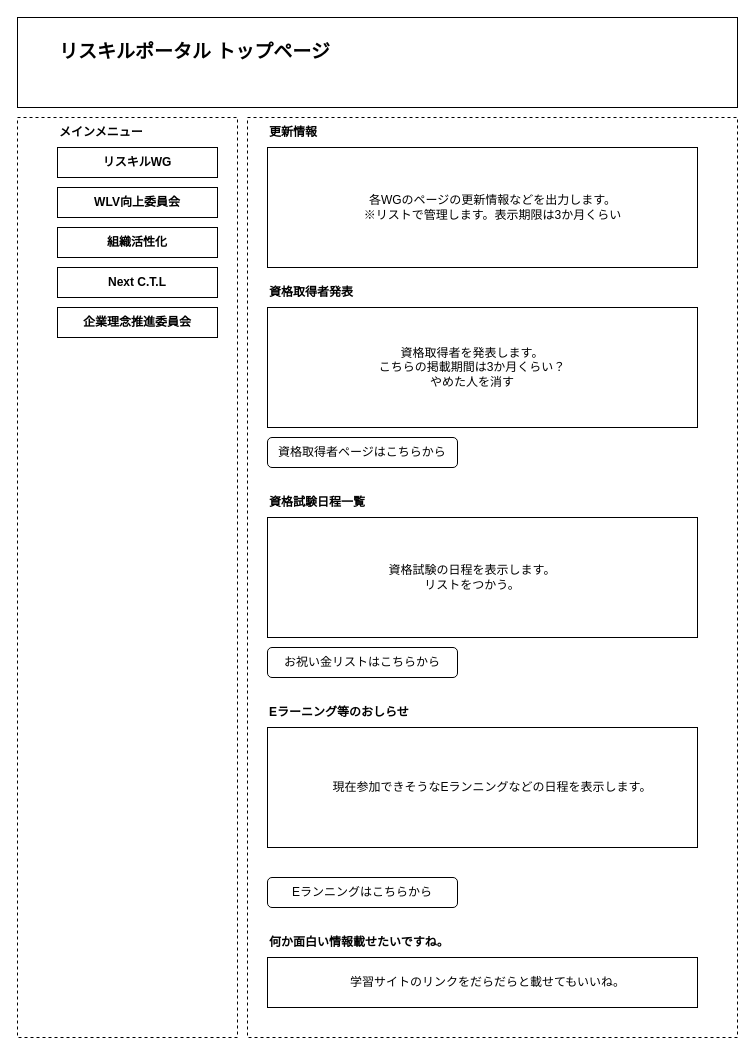
Before: page "メインページ" (1 of 4) of 20250702_リスキルサイト案.drawio in reizo0901/drawio, a draw.io diagram. Source tidied: cells renumbered, new cells numbered last; positions are measured from the earlier drawing's top-left corner, leaving out a move shared by most shapes. Both pictures are drawn from the tidied source at 100%, with x=0, y=0 at pixel (17, 17).
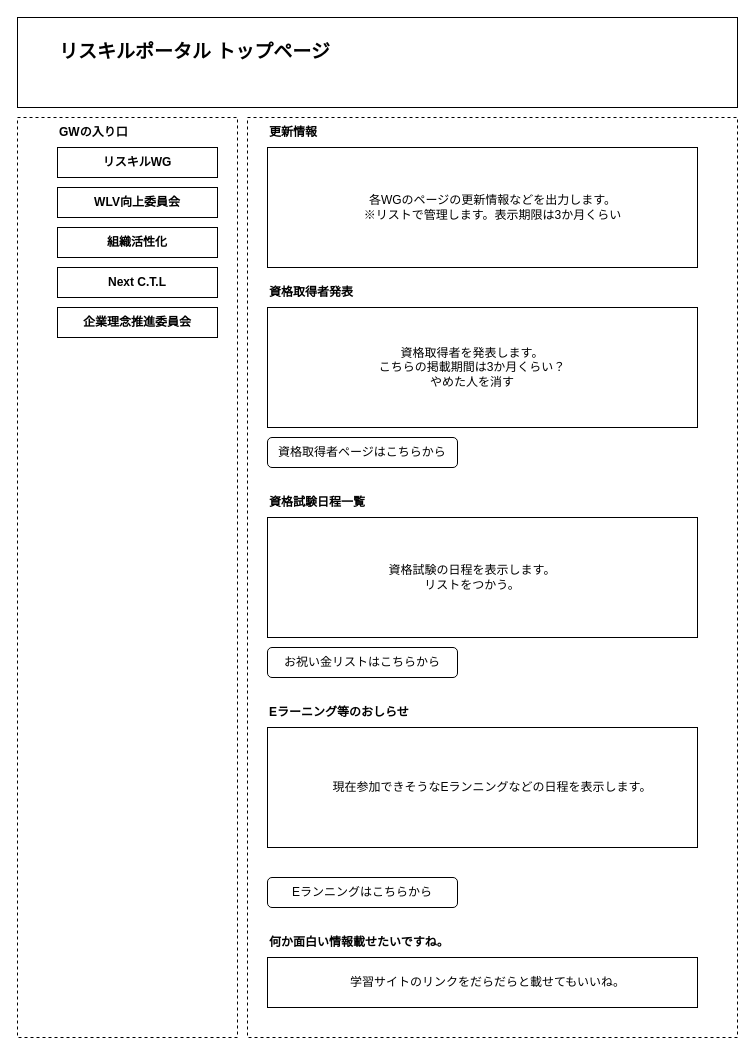
Above is the later version.

The change refers to these unchanged cells:
```xml
<mxCell id="23" style="group;" parent="1" vertex="1">
  <mxGeometry x="40" y="100" width="180" height="920" as="geometry" />
</mxCell>
```

What changed in the source:
```diff
@@
-    <mxCell id="25" value="メインメニュー" style="text;html=1;align=left;verticalAlign=middle;whiteSpace=wrap;rounded=0;fontSize=12;fontStyle=1;" parent="23" vertex="1">
+    <mxCell id="25" value="GWの入り口" style="text;html=1;align=left;verticalAlign=middle;whiteSpace=wrap;rounded=0;fontSize=12;fontStyle=1;" parent="23" vertex="1">
       <mxGeometry width="160" height="30" as="geometry" />
     </mxCell>
```
